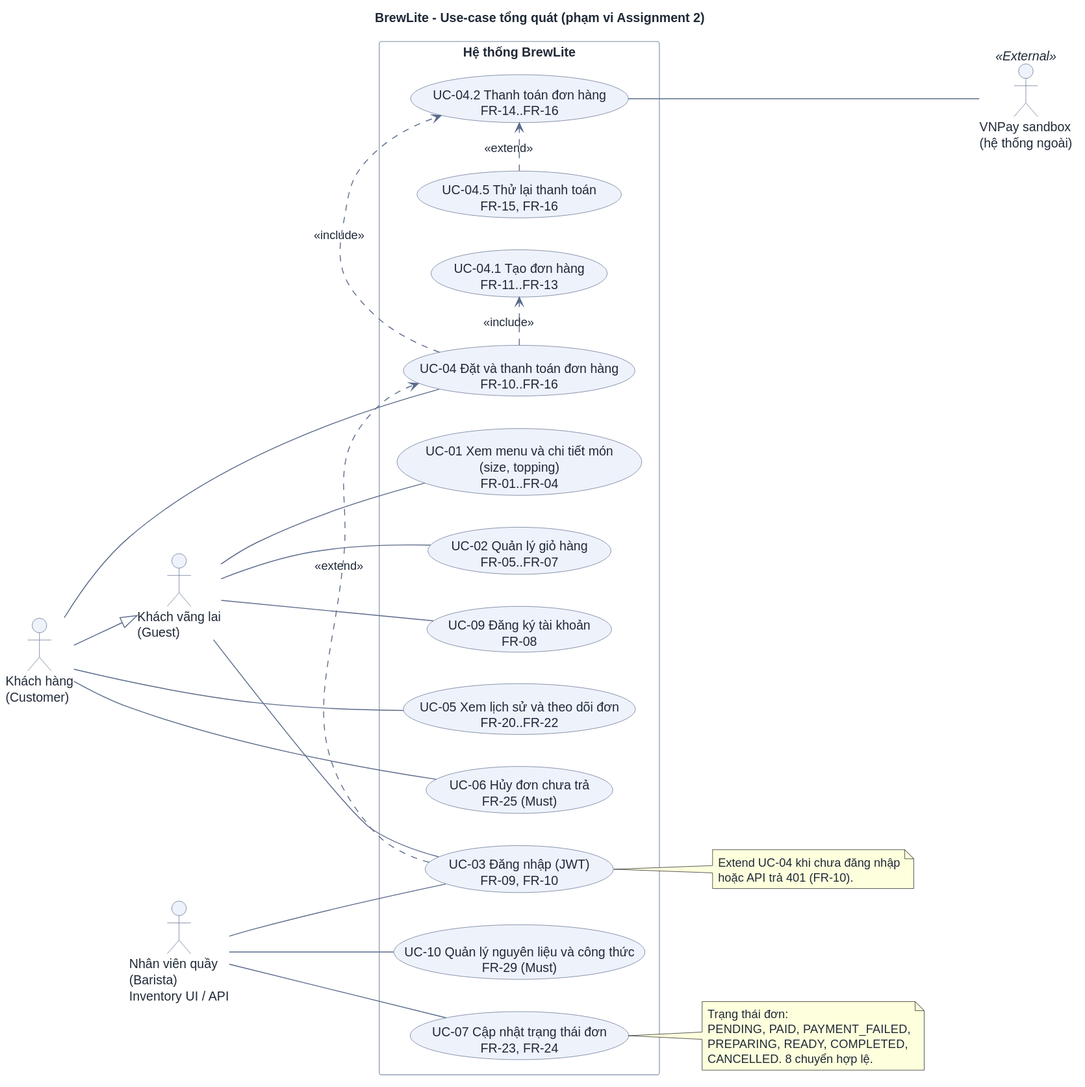
Earlier version of the PlantUML export docs/requirements/use-case-overview.svg (DuVinhLoi/BrewLite).
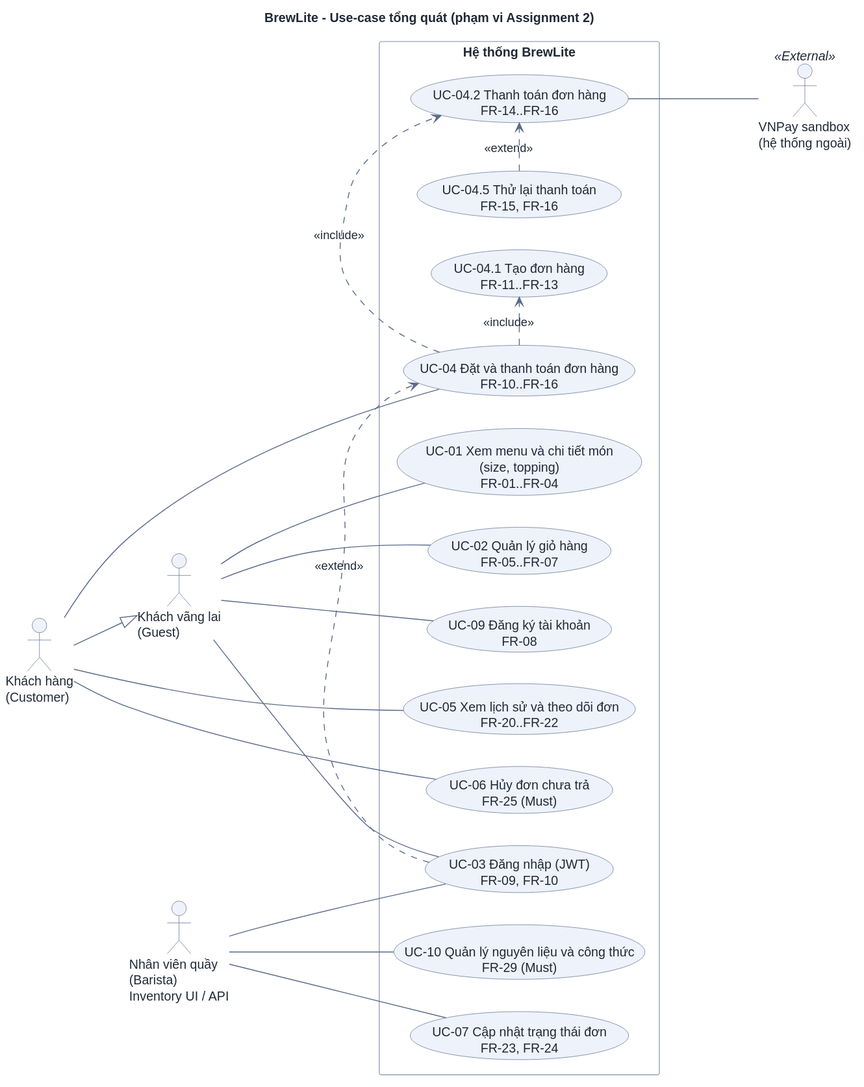
The same file after the commit.

The edit, as a diff of the source:
```diff
@@ -57,16 +57,4 @@
 UC03 .> UC04 : <<extend>>
 
 UC042 --- Pay
-
-note right of UC03
-  Extend UC-04 khi chưa đăng nhập
-  hoặc API trả 401 (FR-10).
-end note
-
-note right of UC07
-  Trạng thái đơn:
-  PENDING, PAID, PAYMENT_FAILED,
-  PREPARING, READY, COMPLETED,
-  CANCELLED. 8 chuyển hợp lệ.
-end note
 @enduml
```
